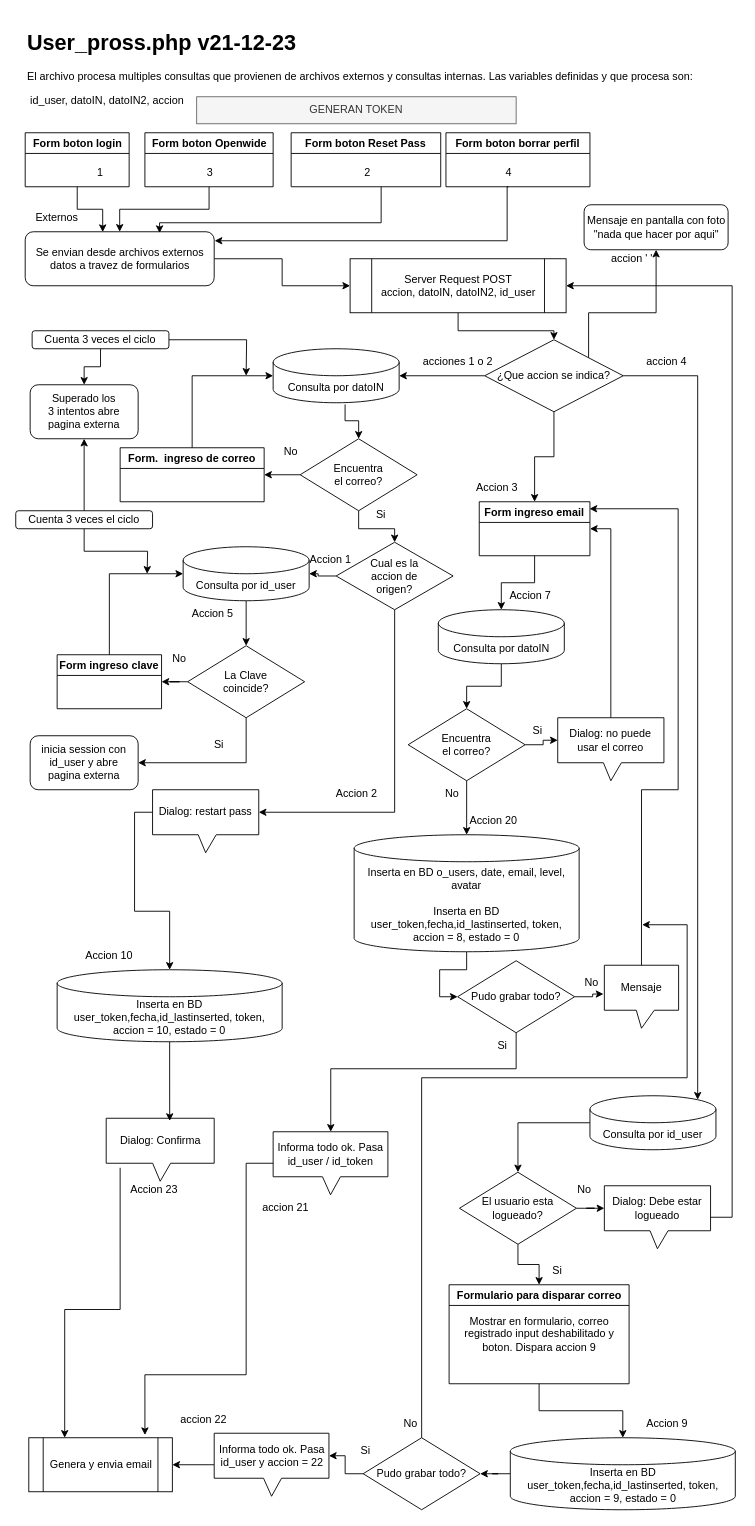
This is user_prossphp.drawio from MaxiFranz/TrayectoP, a draw.io file, before an edit. Source tidied: cells renumbered, new cells numbered last; positions are measured from the earlier drawing's top-left corner, leaving out a move shared by most shapes. Both pictures are drawn from the tidied source at 90%, with x=0, y=0 at pixel (15, 24).
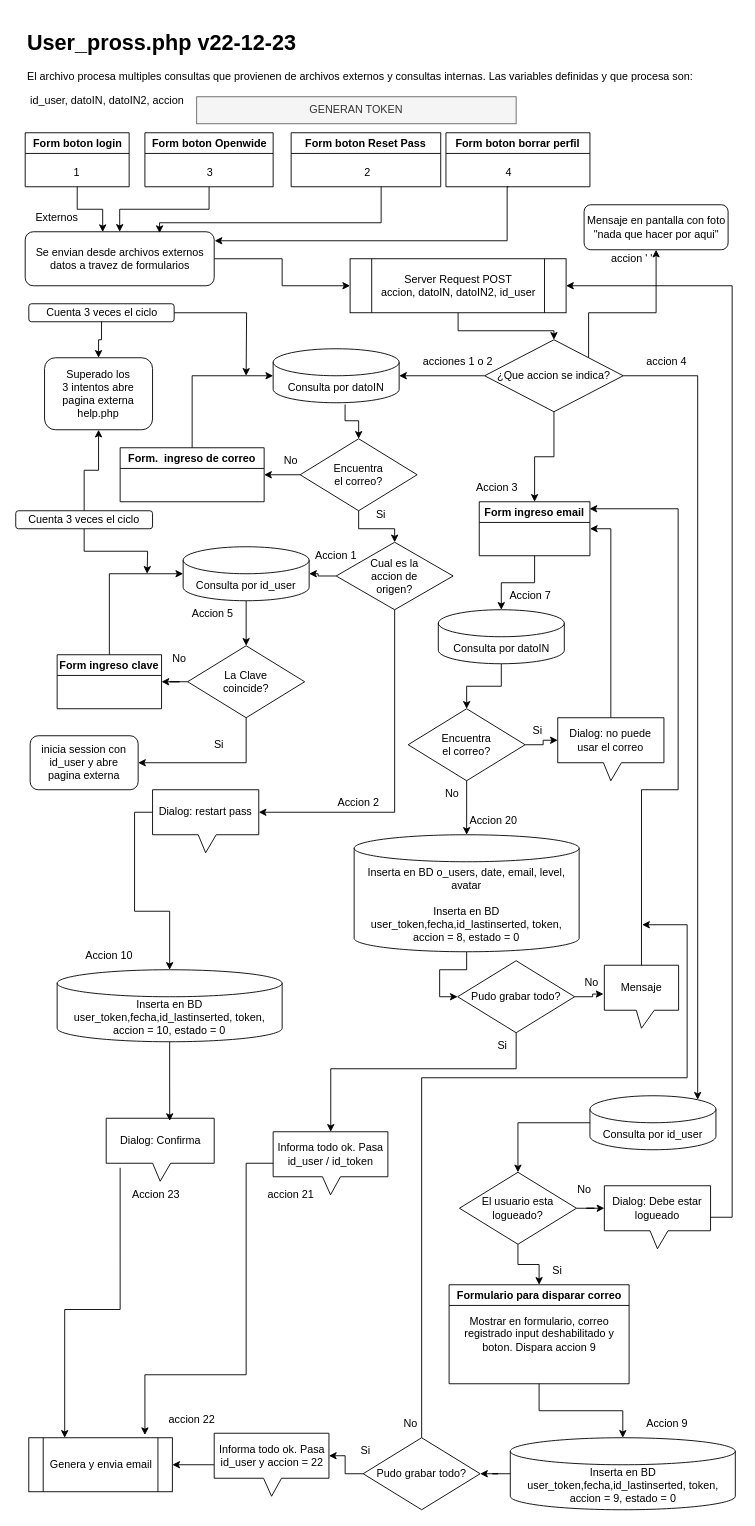
After the change.

The change refers to these unchanged cells:
```xml
<mxCell id="8" value="Form boton login" style="swimlane;whiteSpace=wrap;html=1;" parent="1" vertex="1">
  <mxGeometry x="10.5" y="120" width="115.5" height="60" as="geometry" />
</mxCell>
```

What changed in the source:
```diff
@@
-    <mxCell id="2" value="&lt;h1&gt;User_pross.php v21-12-23&lt;/h1&gt;&lt;p&gt;El archivo procesa multiples consultas que provienen de archivos externos y consultas internas. Las variables definidas y que procesa son:&amp;nbsp;&lt;/p&gt;&lt;p&gt;&lt;span style=&quot;background-color: initial;&quot;&gt;&amp;nbsp;id_user,&amp;nbsp;&lt;/span&gt;&lt;span style=&quot;background-color: initial;&quot;&gt;datoIN,&amp;nbsp;&lt;/span&gt;&lt;span style=&quot;background-color: initial;&quot;&gt;datoIN2,&amp;nbsp;&lt;/span&gt;&lt;span style=&quot;background-color: initial;&quot;&gt;accion&lt;/span&gt;&lt;/p&gt;" style="text;html=1;strokeColor=none;fillColor=none;spacing=5;spacingTop=-20;whiteSpace=wrap;overflow=hidden;rounded=0;" parent="1" vertex="1">
+    <mxCell id="2" value="&lt;h1&gt;User_pross.php v22-12-23&lt;/h1&gt;&lt;p&gt;El archivo procesa multiples consultas que provienen de archivos externos y consultas internas. Las variables definidas y que procesa son:&amp;nbsp;&lt;/p&gt;&lt;p&gt;&lt;span style=&quot;background-color: initial;&quot;&gt;&amp;nbsp;id_user,&amp;nbsp;&lt;/span&gt;&lt;span style=&quot;background-color: initial;&quot;&gt;datoIN,&amp;nbsp;&lt;/span&gt;&lt;span style=&quot;background-color: initial;&quot;&gt;datoIN2,&amp;nbsp;&lt;/span&gt;&lt;span style=&quot;background-color: initial;&quot;&gt;accion&lt;/span&gt;&lt;/p&gt;" style="text;html=1;strokeColor=none;fillColor=none;spacing=5;spacingTop=-20;whiteSpace=wrap;overflow=hidden;rounded=0;" parent="1" vertex="1">
       <mxGeometry x="8" width="770" height="100" as="geometry" />
     </mxCell>
@@
     <mxCell id="9" value="1" style="text;html=1;strokeColor=none;fillColor=none;align=center;verticalAlign=middle;whiteSpace=wrap;rounded=0;" parent="8" vertex="1">
-      <mxGeometry x="53.8" y="30" width="60" height="30" as="geometry" />
+      <mxGeometry x="27.8" y="30" width="60" height="30" as="geometry" />
     </mxCell>
@@
     <mxCell id="35" value="Accion 1" style="text;html=1;strokeColor=none;fillColor=none;align=center;verticalAlign=middle;whiteSpace=wrap;rounded=0;" parent="1" vertex="1">
-      <mxGeometry x="309.8" y="580" width="80" height="30" as="geometry" />
+      <mxGeometry x="316" y="575" width="80" height="30" as="geometry" />
     </mxCell>
@@
     <mxCell id="41" value="No" style="text;html=1;strokeColor=none;fillColor=none;align=center;verticalAlign=middle;whiteSpace=wrap;rounded=0;" parent="1" vertex="1">
-      <mxGeometry x="276" y="460" width="60" height="30" as="geometry" />
+      <mxGeometry x="276" y="470" width="60" height="30" as="geometry" />
     </mxCell>
@@
     <mxCell id="46" value="Cuenta 3 veces el ciclo" style="rounded=1;whiteSpace=wrap;html=1;" parent="1" vertex="1">
-      <mxGeometry x="18.2" y="340" width="152" height="20" as="geometry" />
+      <mxGeometry x="14.5" y="310" width="161.5" height="20" as="geometry" />
     </mxCell>
@@
-    <mxCell id="49" value="Superado los&lt;br&gt;3 intentos abre pagina externa" style="rounded=1;whiteSpace=wrap;html=1;" parent="1" vertex="1">
-      <mxGeometry x="16" y="400" width="120" height="60" as="geometry" />
+    <mxCell id="49" value="Superado los&lt;br&gt;3 intentos abre pagina externa help.php" style="rounded=1;whiteSpace=wrap;html=1;" parent="1" vertex="1">
+      <mxGeometry x="32" y="370" width="120" height="80" as="geometry" />
     </mxCell>
@@
     <mxCell id="87" value="Accion 23" style="text;html=1;strokeColor=none;fillColor=none;align=center;verticalAlign=middle;whiteSpace=wrap;rounded=0;" parent="1" vertex="1">
-      <mxGeometry x="124.2" y="1280" width="60" height="30" as="geometry" />
+      <mxGeometry x="126" y="1285" width="60" height="30" as="geometry" />
     </mxCell>
     <mxCell id="88" value="Accion 2" style="text;html=1;strokeColor=none;fillColor=none;align=center;verticalAlign=middle;whiteSpace=wrap;rounded=0;" parent="1" vertex="1">
-      <mxGeometry x="349" y="840" width="60" height="30" as="geometry" />
+      <mxGeometry x="351" y="850" width="60" height="30" as="geometry" />
     </mxCell>
@@
     <mxCell id="102" value="accion 22" style="text;html=1;strokeColor=none;fillColor=none;align=center;verticalAlign=middle;whiteSpace=wrap;rounded=0;" parent="1" vertex="1">
-      <mxGeometry x="178.5" y="1535" width="60" height="30" as="geometry" />
+      <mxGeometry x="166" y="1535" width="60" height="30" as="geometry" />
     </mxCell>
     <mxCell id="103" value="accion 21" style="text;html=1;strokeColor=none;fillColor=none;align=center;verticalAlign=middle;whiteSpace=wrap;rounded=0;" parent="1" vertex="1">
-      <mxGeometry x="270" y="1300" width="60" height="30" as="geometry" />
+      <mxGeometry x="276" y="1285" width="60" height="30" as="geometry" />
     </mxCell>
```
